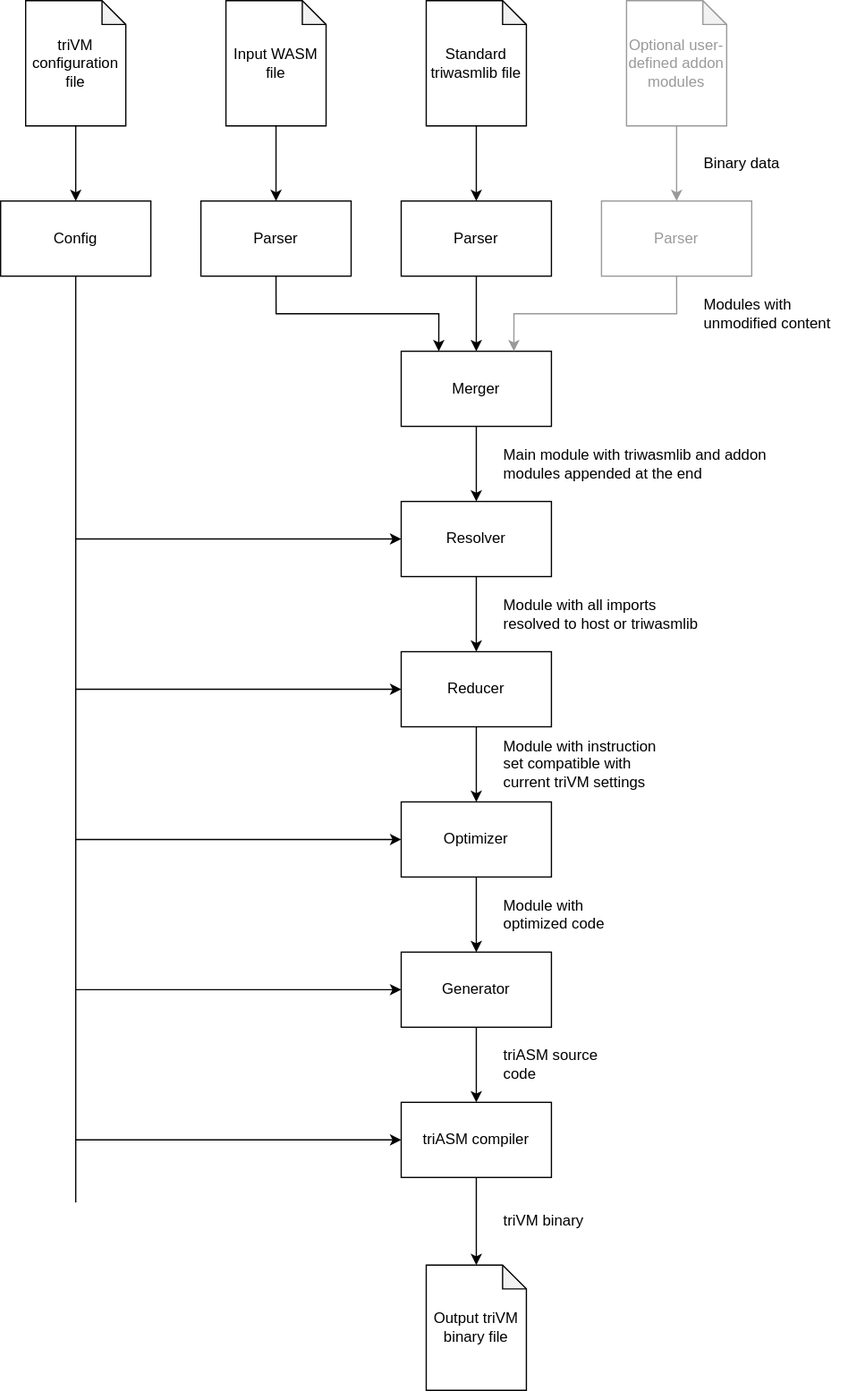
Before: doc/Flow.drawio.svg, a diagram exported from draw.io (kildom/triwasm). Source tidied: cells renumbered, new cells last; positions are measured from the earlier drawing's top-left corner, leaving out a move shared by most shapes.
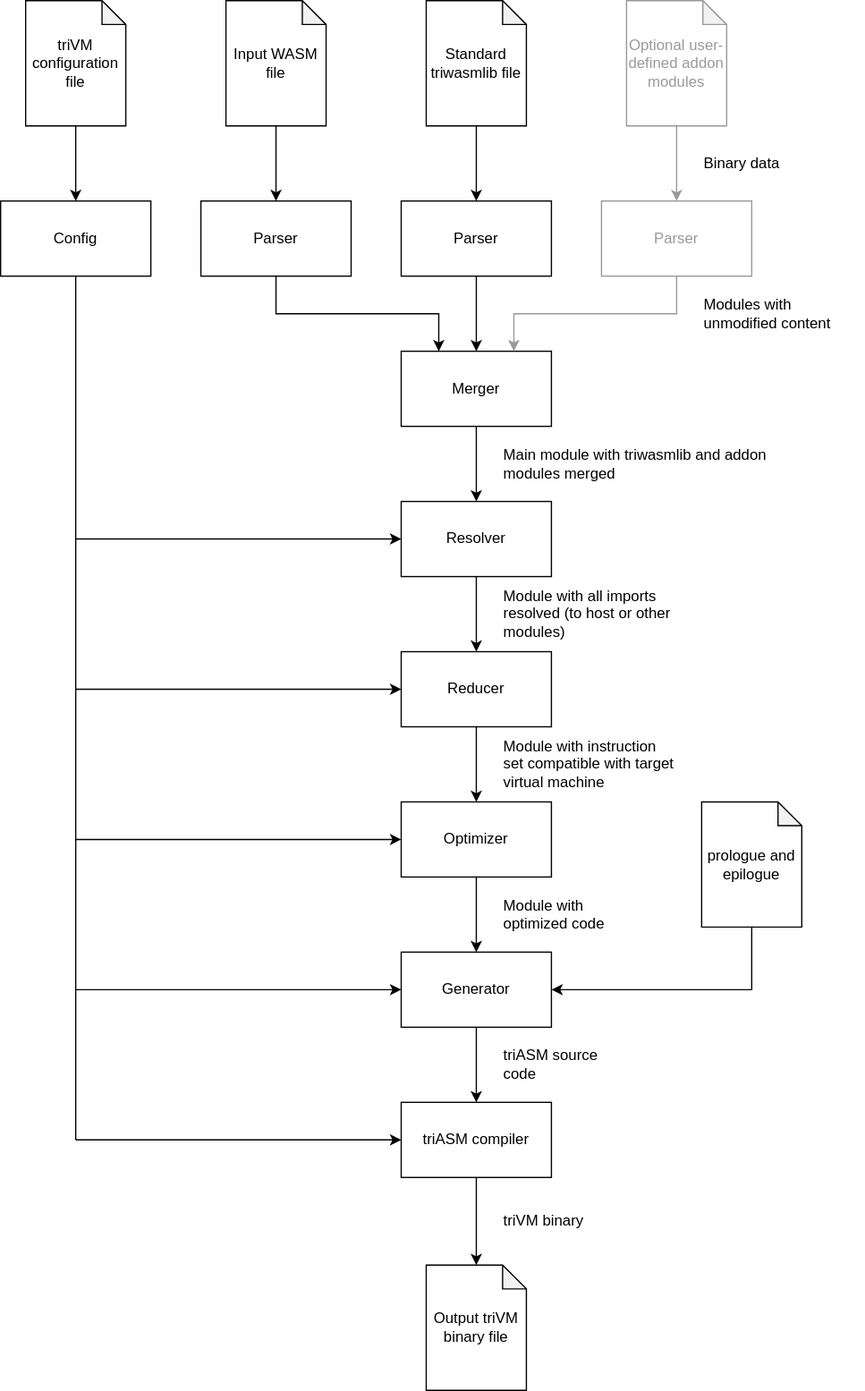
The same file after the commit.

What changed in the source:
```diff
@@ -49,7 +49,7 @@
     <mxCell id="16" value="Resolver" style="whiteSpace=wrap;html=1;" parent="1" vertex="1">
       <mxGeometry x="320" y="400" width="120" height="60" as="geometry" />
     </mxCell>
-    <mxCell id="17" value="Main module with triwasmlib and addon modules appended at the end" style="text;html=1;strokeColor=none;fillColor=none;align=left;verticalAlign=middle;whiteSpace=wrap;rounded=0;" parent="1" vertex="1">
+    <mxCell id="17" value="Main module with triwasmlib and addon modules merged" style="text;html=1;strokeColor=none;fillColor=none;align=left;verticalAlign=middle;whiteSpace=wrap;rounded=0;" parent="1" vertex="1">
       <mxGeometry x="400" y="340" width="230" height="60" as="geometry" />
     </mxCell>
     <mxCell id="18" style="edgeStyle=orthogonalEdgeStyle;rounded=0;jettySize=auto;html=1;" parent="1" edge="1" source="20" target="24">
@@ -63,7 +63,7 @@
     <mxCell id="20" value="Reducer" style="whiteSpace=wrap;html=1;" parent="1" vertex="1">
       <mxGeometry x="320" y="520" width="120" height="60" as="geometry" />
     </mxCell>
-    <mxCell id="21" value="Module with all imports resolved to host or triwasmlib" style="text;html=1;strokeColor=none;fillColor=none;align=left;verticalAlign=middle;whiteSpace=wrap;rounded=0;" parent="1" vertex="1">
+    <mxCell id="21" value="Module with all imports resolved (to host or other modules)" style="text;html=1;strokeColor=none;fillColor=none;align=left;verticalAlign=middle;whiteSpace=wrap;rounded=0;" parent="1" vertex="1">
       <mxGeometry x="400" y="460" width="170" height="60" as="geometry" />
     </mxCell>
     <mxCell id="22" style="edgeStyle=orthogonalEdgeStyle;rounded=0;jettySize=auto;html=1;" parent="1" edge="1" source="24" target="28">
@@ -77,7 +77,7 @@
     <mxCell id="24" value="Optimizer" style="whiteSpace=wrap;html=1;" parent="1" vertex="1">
       <mxGeometry x="320" y="640" width="120" height="60" as="geometry" />
     </mxCell>
-    <mxCell id="25" value="Module with instruction set compatible with current triVM settings" style="text;html=1;strokeColor=none;fillColor=none;align=left;verticalAlign=middle;whiteSpace=wrap;rounded=0;" parent="1" vertex="1">
+    <mxCell id="25" value="Module with instruction set compatible with target virtual machine" style="text;html=1;strokeColor=none;fillColor=none;align=left;verticalAlign=middle;whiteSpace=wrap;rounded=0;" parent="1" vertex="1">
       <mxGeometry x="400" y="580" width="140" height="60" as="geometry" />
     </mxCell>
     <mxCell id="26" style="edgeStyle=orthogonalEdgeStyle;rounded=0;jettySize=auto;html=1;" parent="1" edge="1" source="28" target="31">
@@ -137,8 +137,14 @@
     </mxCell>
     <mxCell id="43" style="endArrow=none;html=1;rounded=0;fontColor=#999999;strokeColor=#000000;entryX=0.5;entryY=1;entryDx=0;entryDy=0;" parent="1" edge="1" target="42">
       <mxGeometry relative="1" as="geometry">
-        <mxPoint x="60" y="960" as="sourcePoint" />
+        <mxPoint x="60" y="910" as="sourcePoint" />
       </mxGeometry>
     </mxCell>
+    <mxCell id="44" style="edgeStyle=orthogonalEdgeStyle;rounded=0;jettySize=auto;html=1;exitX=0.5;exitY=1;exitDx=0;exitDy=0;exitPerimeter=0;entryX=1;entryY=0.5;entryDx=0;entryDy=0;" parent="1" edge="1" source="45" target="28">
+      <mxGeometry relative="1" as="geometry" />
+    </mxCell>
+    <mxCell id="45" value="prologue and epilogue" style="shape=note;whiteSpace=wrap;html=1;backgroundOutline=1;darkOpacity=0.05;size=19;" parent="1" vertex="1">
+      <mxGeometry x="560" y="640" width="80" height="100" as="geometry" />
+    </mxCell>
   </root>
 </mxGraphModel>
```
